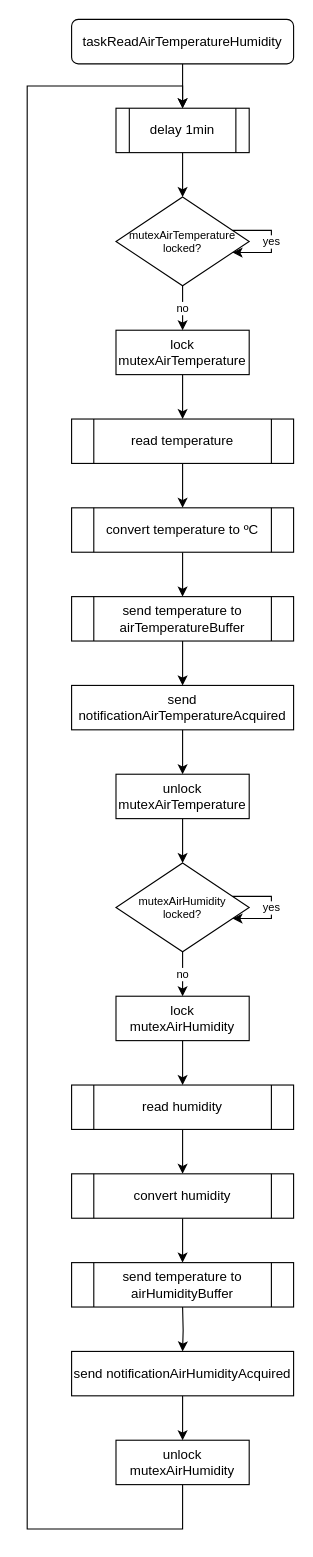
Before: Diagrams/taskReadAirTemperatureHumidity.drawio in rafaelandrepedro/embebidos2122, a draw.io diagram. Source tidied: cells renumbered, new cells numbered last; positions are measured from the earlier drawing's top-left corner, leaving out a move shared by most shapes. Both pictures are drawn from the tidied source at 111%, with x=0, y=0 at pixel (27, 19).
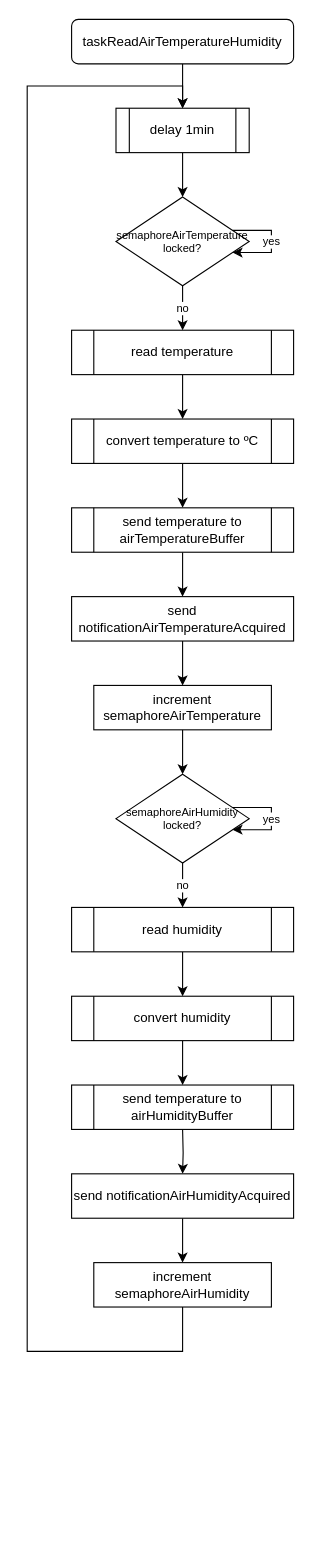
Above is the later version.

Unchanged cells that the change refers to:
```xml
<mxCell id="5" value="delay 1min" style="shape=process;whiteSpace=wrap;html=1;backgroundOutline=1;" parent="1" vertex="1">
  <mxGeometry x="80" y="80" width="120" height="40" as="geometry" />
</mxCell>
```

The edit, as a diff of the source:
```diff
@@
-    <mxCell id="6" style="edgeStyle=orthogonalEdgeStyle;rounded=0;jettySize=auto;html=1;" parent="1" edge="1" source="7" target="28">
-      <mxGeometry relative="1" as="geometry" />
-    </mxCell>
-    <mxCell id="7" value="lock&lt;br&gt;mutexAirTemperature" style="rounded=0;whiteSpace=wrap;html=1;" parent="1" vertex="1">
-      <mxGeometry x="80" y="280" width="120" height="40" as="geometry" />
-    </mxCell>
-    <mxCell id="8" value="no" style="edgeStyle=orthogonalEdgeStyle;rounded=0;jettySize=auto;html=1;fontSize=10;" parent="1" edge="1" source="9" target="7">
-      <mxGeometry relative="1" as="geometry" />
+    <mxCell id="8" value="no" style="edgeStyle=orthogonalEdgeStyle;rounded=0;jettySize=auto;html=1;fontSize=10;" parent="1" edge="1" source="9">
+      <mxGeometry relative="1" as="geometry">
+        <mxPoint x="140" y="280" as="targetPoint" />
+      </mxGeometry>
     </mxCell>
-    <mxCell id="9" value="&lt;span style=&quot;font-size: 10px&quot;&gt;mutexAirTemperature&lt;br style=&quot;font-size: 10px&quot;&gt;locked?&lt;br style=&quot;font-size: 10px&quot;&gt;&lt;/span&gt;" style="rhombus;whiteSpace=wrap;html=1;fontSize=10;" parent="1" vertex="1">
+    <mxCell id="9" value="semaphoreAirTemperature&lt;br style=&quot;font-size: 10px&quot;&gt;locked?" style="rhombus;whiteSpace=wrap;html=1;fontSize=10;" parent="1" vertex="1">
       <mxGeometry x="80" y="160" width="120" height="80" as="geometry" />
     </mxCell>
@@
     <mxCell id="11" value="convert temperature to ºC" style="shape=process;whiteSpace=wrap;html=1;backgroundOutline=1;" parent="1" vertex="1">
-      <mxGeometry x="40" y="440" width="200" height="40" as="geometry" />
+      <mxGeometry x="40" y="360" width="200" height="40" as="geometry" />
     </mxCell>
@@
-    <mxCell id="13" value="unlock&lt;br&gt;mutexAirTemperature" style="rounded=0;whiteSpace=wrap;html=1;" parent="1" vertex="1">
-      <mxGeometry x="80" y="680" width="120" height="40" as="geometry" />
+    <mxCell id="13" value="increment&lt;br&gt;semaphoreAirTemperature" style="rounded=0;whiteSpace=wrap;html=1;" parent="1" vertex="1">
+      <mxGeometry x="60" y="600" width="160" height="40" as="geometry" />
     </mxCell>
-    <mxCell id="14" value="no" style="edgeStyle=orthogonalEdgeStyle;rounded=0;jettySize=auto;html=1;fontSize=10;" parent="1" edge="1" source="15" target="17">
-      <mxGeometry relative="1" as="geometry" />
+    <mxCell id="14" value="no" style="edgeStyle=orthogonalEdgeStyle;rounded=0;jettySize=auto;html=1;fontSize=10;" parent="1" edge="1" source="15">
+      <mxGeometry relative="1" as="geometry">
+        <mxPoint x="140" y="800" as="targetPoint" />
+      </mxGeometry>
     </mxCell>
-    <mxCell id="15" value="&lt;span style=&quot;font-size: 10px&quot;&gt;mutexAirHumidity&lt;br&gt;locked?&lt;br style=&quot;font-size: 10px&quot;&gt;&lt;/span&gt;" style="rhombus;whiteSpace=wrap;html=1;fontSize=10;" parent="1" vertex="1">
-      <mxGeometry x="80" y="760" width="120" height="80" as="geometry" />
+    <mxCell id="15" value="semaphoreAirHumidity&lt;br&gt;locked?" style="rhombus;whiteSpace=wrap;html=1;fontSize=10;" parent="1" vertex="1">
+      <mxGeometry x="80" y="680" width="120" height="80" as="geometry" />
     </mxCell>
-    <mxCell id="16" style="edgeStyle=orthogonalEdgeStyle;rounded=0;jettySize=auto;html=1;" parent="1" edge="1" source="17" target="30">
-      <mxGeometry relative="1" as="geometry" />
-    </mxCell>
-    <mxCell id="17" value="lock&lt;br&gt;mutexAirHumidity" style="rounded=0;whiteSpace=wrap;html=1;" parent="1" vertex="1">
-      <mxGeometry x="80" y="880" width="120" height="40" as="geometry" />
-    </mxCell>
     <mxCell id="18" style="edgeStyle=orthogonalEdgeStyle;rounded=0;jettySize=auto;html=1;" parent="1" edge="1" target="26">
       <mxGeometry relative="1" as="geometry">
-        <mxPoint x="140" y="1160" as="sourcePoint" />
+        <mxPoint x="140" y="1000" as="sourcePoint" />
       </mxGeometry>
     </mxCell>
     <mxCell id="19" style="edgeStyle=orthogonalEdgeStyle;rounded=0;jettySize=auto;html=1;entryX=0.5;entryY=0;entryDx=0;entryDy=0;fontSize=10;" parent="1" edge="1" source="20" target="5">
       <mxGeometry relative="1" as="geometry">
         <Array as="points">
-          <mxPoint x="140" y="1360" />
-          <mxPoint y="1360" />
+          <mxPoint x="140" y="1200" />
+          <mxPoint y="1200" />
           <mxPoint y="60" />
           <mxPoint x="140" y="60" />
         </Array>
       </mxGeometry>
     </mxCell>
-    <mxCell id="20" value="unlock&lt;br&gt;mutexAirHumidity" style="rounded=0;whiteSpace=wrap;html=1;" parent="1" vertex="1">
-      <mxGeometry x="80" y="1280" width="120" height="40" as="geometry" />
+    <mxCell id="20" value="increment&lt;br&gt;semaphoreAirHumidity" style="rounded=0;whiteSpace=wrap;html=1;" parent="1" vertex="1">
+      <mxGeometry x="60" y="1120" width="160" height="40" as="geometry" />
     </mxCell>
@@
     <mxCell id="24" value="send notificationAirTemperatureAcquired" style="rounded=0;whiteSpace=wrap;html=1;" parent="1" vertex="1">
-      <mxGeometry x="40" y="600" width="200" height="40" as="geometry" />
+      <mxGeometry x="40" y="520" width="200" height="40" as="geometry" />
     </mxCell>
@@
     <mxCell id="26" value="send notificationAirHumidityAcquired" style="rounded=0;whiteSpace=wrap;html=1;" parent="1" vertex="1">
-      <mxGeometry x="40" y="1200" width="200" height="40" as="geometry" />
+      <mxGeometry x="40" y="1040" width="200" height="40" as="geometry" />
     </mxCell>
@@
     <mxCell id="28" value="read temperature" style="shape=process;whiteSpace=wrap;html=1;backgroundOutline=1;" parent="1" vertex="1">
-      <mxGeometry x="40" y="360" width="200" height="40" as="geometry" />
+      <mxGeometry x="40" y="280" width="200" height="40" as="geometry" />
     </mxCell>
@@
     <mxCell id="30" value="read humidity" style="shape=process;whiteSpace=wrap;html=1;backgroundOutline=1;" parent="1" vertex="1">
-      <mxGeometry x="40" y="960" width="200" height="40" as="geometry" />
+      <mxGeometry x="40" y="800" width="200" height="40" as="geometry" />
     </mxCell>
@@
     <mxCell id="32" value="send temperature to airTemperatureBuffer" style="shape=process;whiteSpace=wrap;html=1;backgroundOutline=1;" parent="1" vertex="1">
-      <mxGeometry x="40" y="520" width="200" height="40" as="geometry" />
+      <mxGeometry x="40" y="440" width="200" height="40" as="geometry" />
     </mxCell>
@@
     <mxCell id="34" value="convert humidity" style="shape=process;whiteSpace=wrap;html=1;backgroundOutline=1;" parent="1" vertex="1">
-      <mxGeometry x="40" y="1040" width="200" height="40" as="geometry" />
+      <mxGeometry x="40" y="880" width="200" height="40" as="geometry" />
     </mxCell>
     <mxCell id="35" value="send temperature to airHumidityBuffer" style="shape=process;whiteSpace=wrap;html=1;backgroundOutline=1;" parent="1" vertex="1">
-      <mxGeometry x="40" y="1120" width="200" height="40" as="geometry" />
+      <mxGeometry x="40" y="960" width="200" height="40" as="geometry" />
     </mxCell>
```
